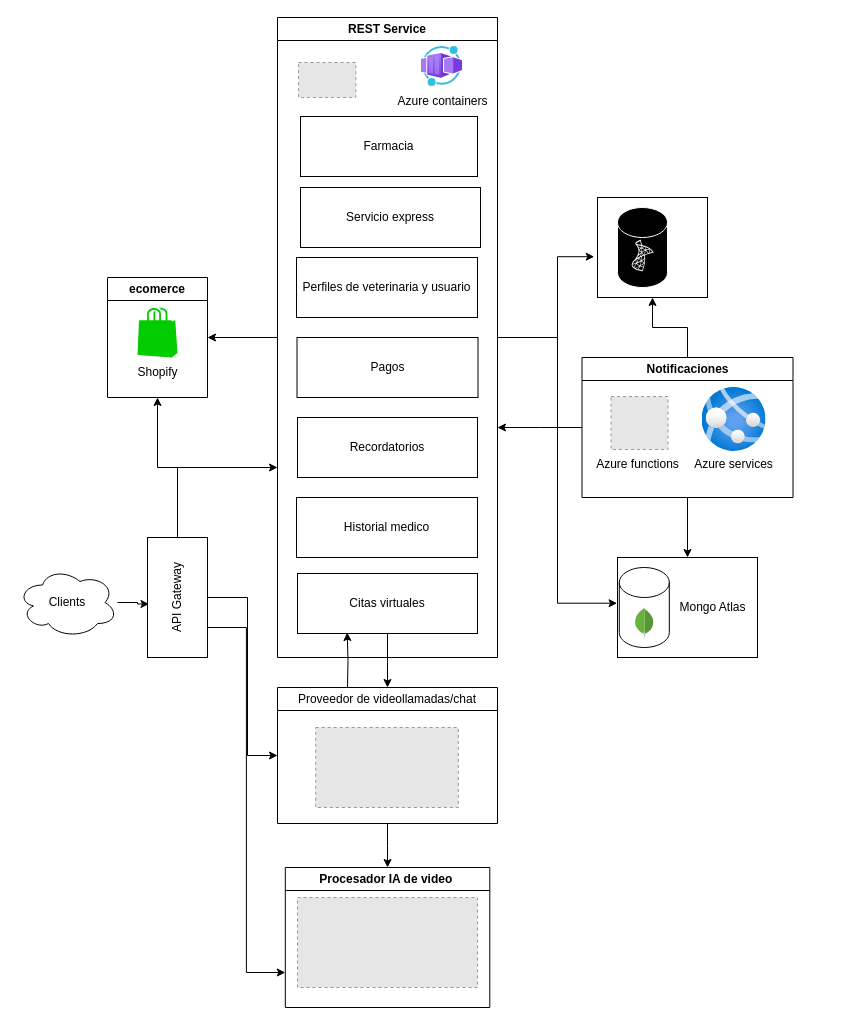
Before: diseño de arquitectura.drawio in Josue-Echeverria/ProyectoDiseno, a draw.io diagram. Source tidied: cells renumbered, new cells numbered last; positions are measured from the earlier drawing's top-left corner, leaving out a move shared by most shapes. Both pictures are drawn from the tidied source at 100%, with x=0, y=0 at pixel (17, 17). Pictures stored in the file or linked from it are replaced by grey dashed boxes.
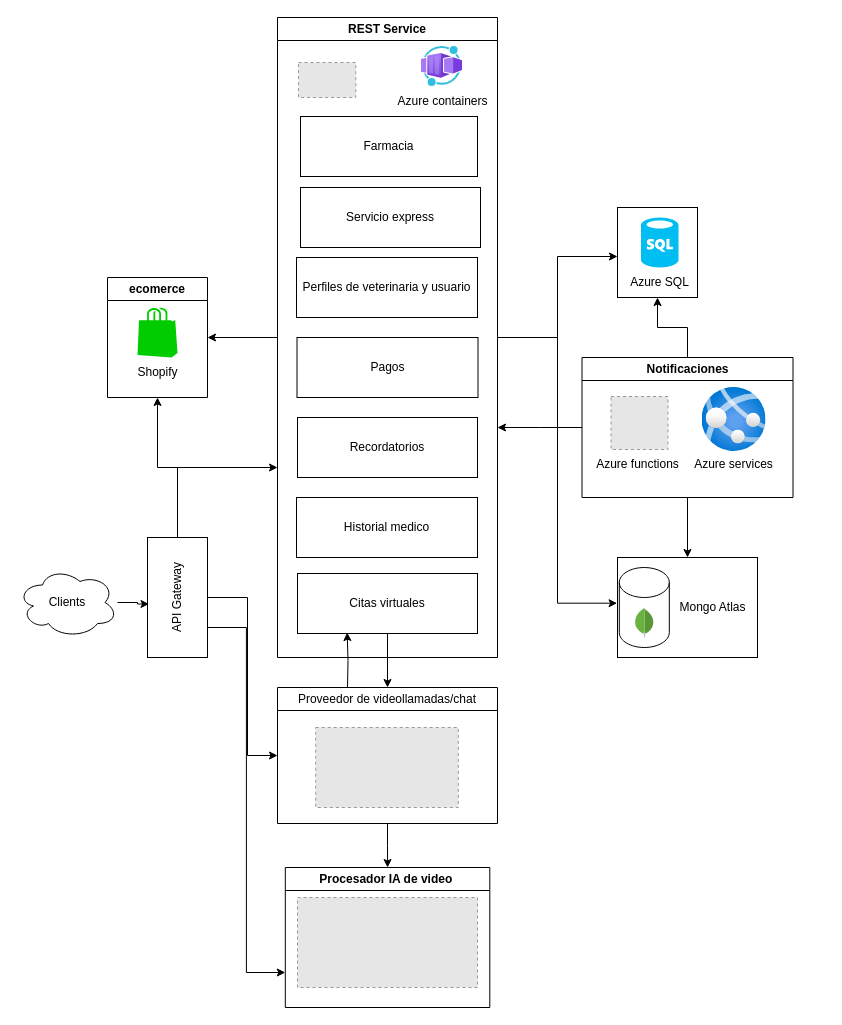
The same diagram, later.

Unchanged cells that the change refers to:
```xml
<mxCell id="13" value="REST Service" style="swimlane;whiteSpace=wrap;html=1;" parent="1" vertex="1">
  <mxGeometry x="260" width="220" height="640" as="geometry" />
</mxCell>
```

Diff of the diagram source:
```diff
@@
     <mxCell id="47" style="group;" parent="1" vertex="1">
-      <mxGeometry x="670" y="180" width="107" height="151" as="geometry" />
+      <mxGeometry x="700" y="180" width="107" height="151" as="geometry" />
     </mxCell>
     <mxCell id="48" style="rounded=0;whiteSpace=wrap;html=1;" parent="47" vertex="1">
-      <mxGeometry x="-90" width="110" height="100" as="geometry" />
+      <mxGeometry x="-100" y="10" width="80" height="90" as="geometry" />
     </mxCell>
-    <mxCell id="49" style="group;" parent="1" vertex="1">
-      <mxGeometry x="600" y="190" width="50" height="80" as="geometry" />
-    </mxCell>
-    <mxCell id="50" style="shape=cylinder3;whiteSpace=wrap;html=1;boundedLbl=1;backgroundOutline=1;size=15;fillColor=#000000;gradientColor=none;strokeColor=#FFFFFF;" parent="49" vertex="1">
-      <mxGeometry width="50" height="80" as="geometry" />
-    </mxCell>
-    <mxCell id="51" style="sketch=0;shadow=1;dashed=0;html=1;strokeColor=none;fillColor=none;labelPosition=center;verticalLabelPosition=bottom;verticalAlign=top;align=center;shape=mxgraph.veeam2.microsoft_sql;strokeWidth=10;" parent="49" vertex="1">
-      <mxGeometry x="8.2" y="26" width="33.6" height="44" as="geometry" />
-    </mxCell>
+    <mxCell id="54" style="verticalLabelPosition=bottom;html=1;verticalAlign=top;align=center;strokeColor=none;fillColor=#00BEF2;shape=mxgraph.azure.sql_database;" parent="47" vertex="1">
+      <mxGeometry x="-76.5" y="20" width="37.5" height="50" as="geometry" />
+    </mxCell>
+    <mxCell id="55" value="Azure SQL" style="text;html=1;align=center;verticalAlign=middle;strokeColor=none;fillColor=none;" parent="47" vertex="1">
+      <mxGeometry x="-97.8" y="70" width="80" height="30" as="geometry" />
+    </mxCell>
-    <mxCell id="52" style="edgeStyle=orthogonalEdgeStyle;rounded=0;jettySize=auto;html=1;entryX=-0.03;entryY=0.592;entryDx=0;entryDy=0;entryPerimeter=0;" parent="1" edge="1" source="13" target="48">
+    <mxCell id="52" style="edgeStyle=orthogonalEdgeStyle;rounded=0;jettySize=auto;html=1;" parent="1" edge="1" source="13">
       <mxGeometry relative="1" as="geometry">
+        <mxPoint x="600" y="239" as="targetPoint" />
         <Array as="points">
           <mxPoint x="540" y="320" />
           <mxPoint x="540" y="239" />
         </Array>
       </mxGeometry>
     </mxCell>
```
